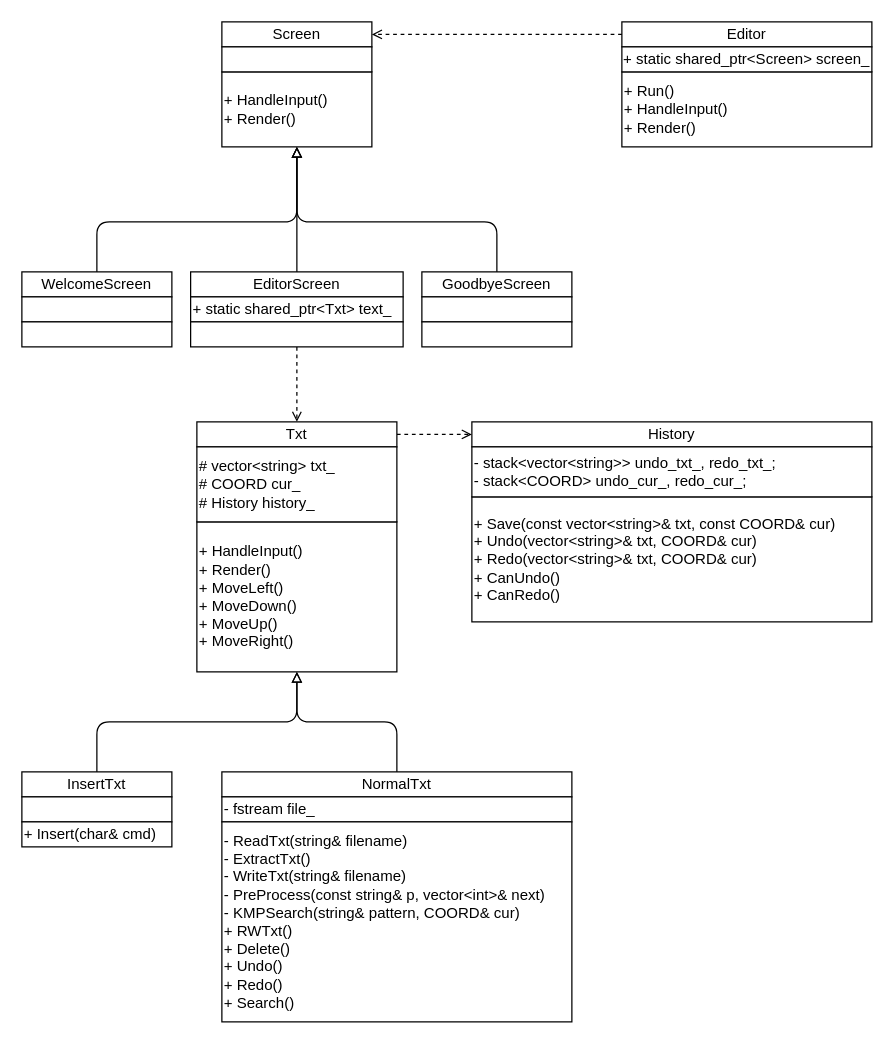
The draw.io diagram assets/UML.drawio in lyj-fdu/FDVIM, before the edit. Source tidied: cells renumbered, new cells numbered last; positions are measured from the earlier drawing's top-left corner, leaving out a move shared by most shapes. Both pictures are drawn from the tidied source at 125%, with x=0, y=0 at pixel (21, 21).
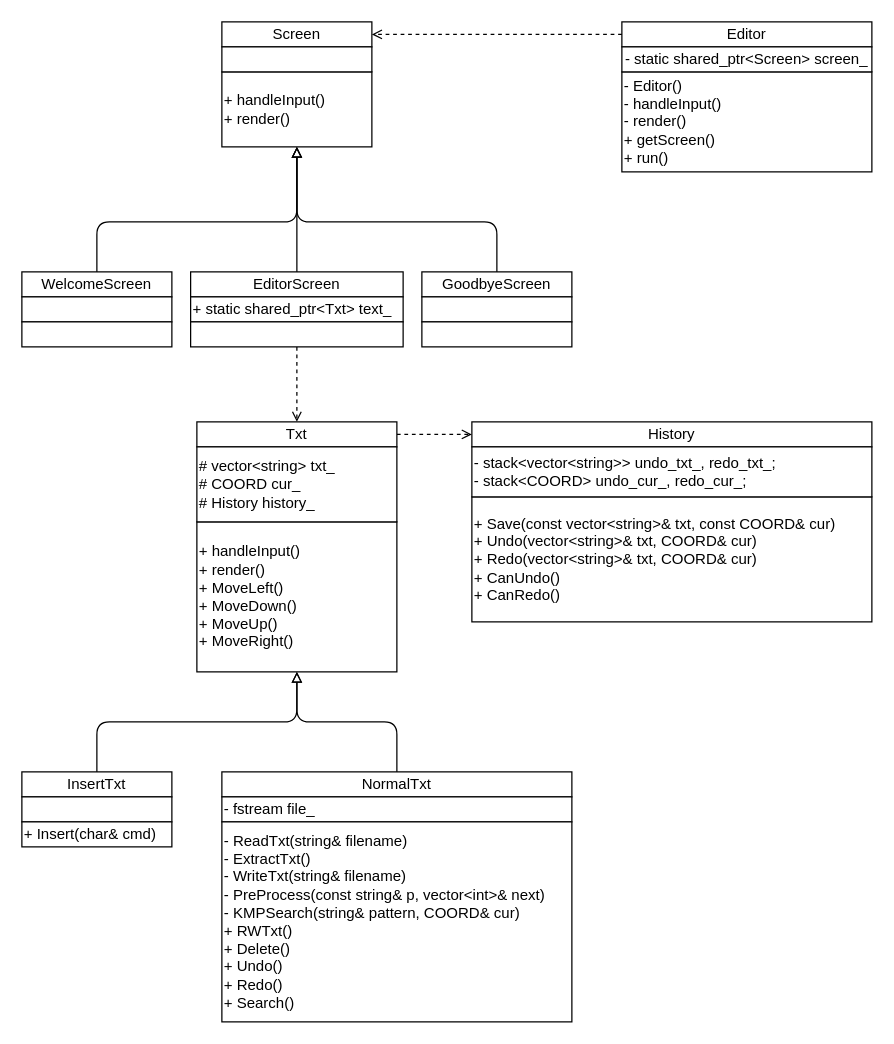
After the change.

Diff of the diagram source:
```diff
@@
-    <mxCell id="3" value="&lt;div style=&quot;&quot;&gt;&lt;span style=&quot;background-color: initial;&quot;&gt;+ HandleInput()&lt;/span&gt;&lt;/div&gt;&lt;div style=&quot;&quot;&gt;&lt;span style=&quot;background-color: initial;&quot;&gt;+ Render()&lt;/span&gt;&lt;/div&gt;" style="rounded=0;whiteSpace=wrap;html=1;align=left;" parent="1" vertex="1">
+    <mxCell id="3" value="&lt;div style=&quot;&quot;&gt;&lt;span style=&quot;background-color: initial;&quot;&gt;+ handleInput()&lt;/span&gt;&lt;/div&gt;&lt;div style=&quot;&quot;&gt;&lt;span style=&quot;background-color: initial;&quot;&gt;+ render()&lt;/span&gt;&lt;/div&gt;" style="rounded=0;whiteSpace=wrap;html=1;align=left;" parent="1" vertex="1">
       <mxGeometry x="160" y="40" width="120" height="60" as="geometry" />
     </mxCell>
@@
-    <mxCell id="12" value="&lt;div style=&quot;&quot;&gt;&lt;span style=&quot;background-color: initial;&quot;&gt;+ Run()&lt;/span&gt;&lt;/div&gt;&lt;div style=&quot;&quot;&gt;&lt;span style=&quot;background-color: initial;&quot;&gt;+ HandleInput()&lt;/span&gt;&lt;/div&gt;&lt;div style=&quot;&quot;&gt;&lt;span style=&quot;background-color: initial;&quot;&gt;+ Render()&lt;/span&gt;&lt;/div&gt;" style="rounded=0;whiteSpace=wrap;html=1;align=left;" parent="1" vertex="1">
-      <mxGeometry x="480" y="40" width="200" height="60" as="geometry" />
+    <mxCell id="12" value="&lt;div&gt;&lt;span style=&quot;background-color: initial;&quot;&gt;- Editor()&lt;/span&gt;&lt;/div&gt;&lt;div&gt;&lt;span style=&quot;background-color: initial;&quot;&gt;- handleInput()&lt;/span&gt;&lt;/div&gt;&lt;div style=&quot;&quot;&gt;&lt;span style=&quot;background-color: initial;&quot;&gt;- render()&lt;/span&gt;&lt;/div&gt;&lt;div style=&quot;&quot;&gt;&lt;span style=&quot;background-color: initial;&quot;&gt;+ getScreen()&lt;/span&gt;&lt;/div&gt;&lt;div style=&quot;&quot;&gt;&lt;span style=&quot;background-color: initial;&quot;&gt;+ run()&lt;/span&gt;&lt;/div&gt;" style="rounded=0;whiteSpace=wrap;html=1;align=left;" parent="1" vertex="1">
+      <mxGeometry x="480" y="40" width="200" height="80" as="geometry" />
     </mxCell>
-    <mxCell id="13" value="+ static shared_ptr&amp;lt;Screen&amp;gt; screen_" style="rounded=0;whiteSpace=wrap;html=1;" parent="1" vertex="1">
+    <mxCell id="13" value="- static shared_ptr&amp;lt;Screen&amp;gt; screen_" style="rounded=0;whiteSpace=wrap;html=1;" parent="1" vertex="1">
       <mxGeometry x="480" y="20" width="200" height="20" as="geometry" />
     </mxCell>
@@
-    <mxCell id="27" value="&lt;div style=&quot;&quot;&gt;&lt;div&gt;+ HandleInput()&lt;/div&gt;&lt;div&gt;+ Render()&lt;/div&gt;&lt;div&gt;+ MoveLeft()&lt;/div&gt;&lt;div&gt;+ MoveDown()&lt;/div&gt;&lt;div&gt;+ MoveUp()&lt;/div&gt;&lt;div&gt;+ MoveRight()&lt;/div&gt;&lt;/div&gt;" style="rounded=0;whiteSpace=wrap;html=1;align=left;" parent="1" vertex="1">
+    <mxCell id="27" value="&lt;div style=&quot;&quot;&gt;&lt;div&gt;+ handleInput()&lt;/div&gt;&lt;div&gt;+ render()&lt;/div&gt;&lt;div&gt;+ MoveLeft()&lt;/div&gt;&lt;div&gt;+ MoveDown()&lt;/div&gt;&lt;div&gt;+ MoveUp()&lt;/div&gt;&lt;div&gt;+ MoveRight()&lt;/div&gt;&lt;/div&gt;" style="rounded=0;whiteSpace=wrap;html=1;align=left;" parent="1" vertex="1">
       <mxGeometry x="140" y="400" width="160" height="120" as="geometry" />
     </mxCell>
```
